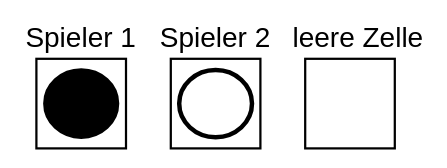
The draw.io diagram doc/img/steine.drawio in giomf/Four-Wins-68HC11, before the edit. Source tidied: cells renumbered, new cells numbered last; positions are measured from the earlier drawing's top-left corner, leaving out a move shared by most shapes. Both pictures are drawn from the tidied source at 112%, with x=0, y=0 at pixel (19, 25).
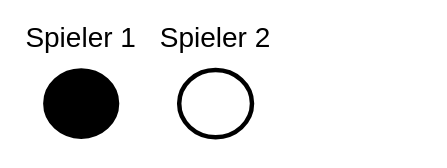
Above is the later version.

Diff of the diagram source:
```diff
@@
 <mxGraphModel>
   <root>
     <mxCell id="0" />
     <mxCell id="1" parent="0" />
-    <mxCell id="2" style="whiteSpace=wrap;html=1;fontSize=25;strokeWidth=2;" parent="1" vertex="1">
-      <mxGeometry x="15" y="30" width="80" height="80" as="geometry" />
-    </mxCell>
-    <mxCell id="3" style="whiteSpace=wrap;html=1;fontSize=25;strokeWidth=2;" parent="1" vertex="1">
-      <mxGeometry x="135" y="30" width="80" height="80" as="geometry" />
-    </mxCell>
-    <mxCell id="4" style="whiteSpace=wrap;html=1;fontSize=25;strokeWidth=2;" parent="1" vertex="1">
-      <mxGeometry x="255" y="30" width="80" height="80" as="geometry" />
-    </mxCell>
     <mxCell id="5" style="ellipse;whiteSpace=wrap;html=1;strokeColor=#000000;fillColor=#FFFFFF;strokeWidth=4;" parent="1" vertex="1">
       <mxGeometry x="142.5" y="40" width="65" height="60" as="geometry" />
     </mxCell>
     <mxCell id="6" style="ellipse;whiteSpace=wrap;html=1;strokeColor=#000000;fillColor=#000000;strokeWidth=3;" parent="1" vertex="1">
       <mxGeometry x="22.5" y="40" width="65" height="60" as="geometry" />
     </mxCell>
     <mxCell id="7" value="&lt;font style=&quot;font-size: 25px&quot;&gt;Spieler 1&lt;/font&gt;" style="text;html=1;strokeColor=none;fillColor=none;align=center;verticalAlign=middle;whiteSpace=wrap;rounded=0;" parent="1" vertex="1">
       <mxGeometry width="110" height="20" as="geometry" />
     </mxCell>
     <mxCell id="8" value="&lt;font style=&quot;font-size: 25px&quot;&gt;Spieler 2&lt;/font&gt;" style="text;html=1;strokeColor=none;fillColor=none;align=center;verticalAlign=middle;whiteSpace=wrap;rounded=0;" parent="1" vertex="1">
       <mxGeometry x="120" width="110" height="20" as="geometry" />
     </mxCell>
-    <mxCell id="9" value="&lt;font style=&quot;font-size: 25px&quot;&gt;leere Zelle&lt;/font&gt;" style="text;html=1;strokeColor=none;fillColor=none;align=center;verticalAlign=middle;whiteSpace=wrap;rounded=0;" parent="1" vertex="1">
-      <mxGeometry x="240" width="125" height="20" as="geometry" />
-    </mxCell>
   </root>
 </mxGraphModel>
```
